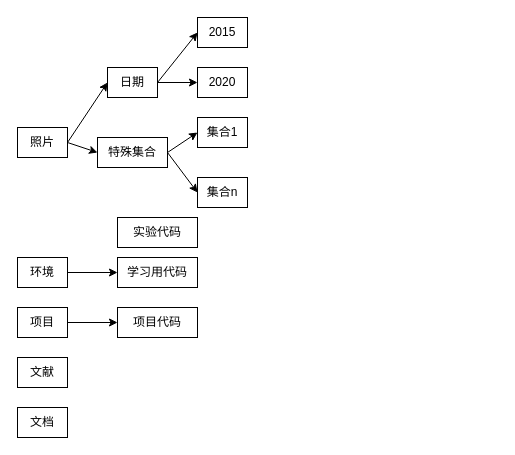
undinuanao/- keeps this draw.io diagram as 文件夹框架.drawio. Above is the earlier version. Source tidied: cells renumbered, new cells numbered last; positions are measured from the earlier drawing's top-left corner, leaving out a move shared by most shapes. Both pictures are drawn from the tidied source at 100%, with x=0, y=0 at pixel (17, 17).
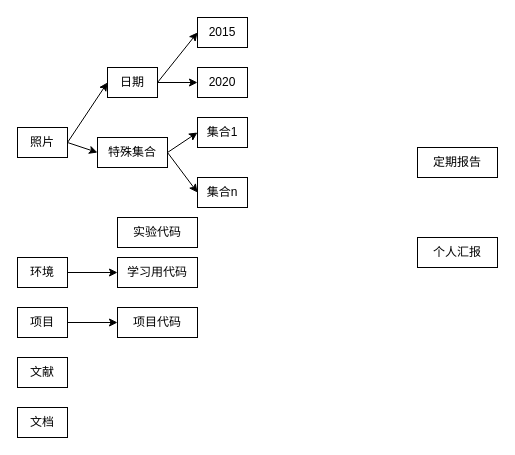
The same page after the edit.

Commit message:
更新文件夹框架.drawio

Diff of the diagram source:
```diff
@@
+    <mxCell id="24" value="定期报告" style="rounded=0;whiteSpace=wrap;html=1;" parent="1" vertex="1">
+      <mxGeometry x="400" y="130" width="80" height="30" as="geometry" />
+    </mxCell>
+    <mxCell id="25" value="个人汇报" style="rounded=0;whiteSpace=wrap;html=1;" parent="1" vertex="1">
+      <mxGeometry x="400" y="220" width="80" height="30" as="geometry" />
+    </mxCell>
```
